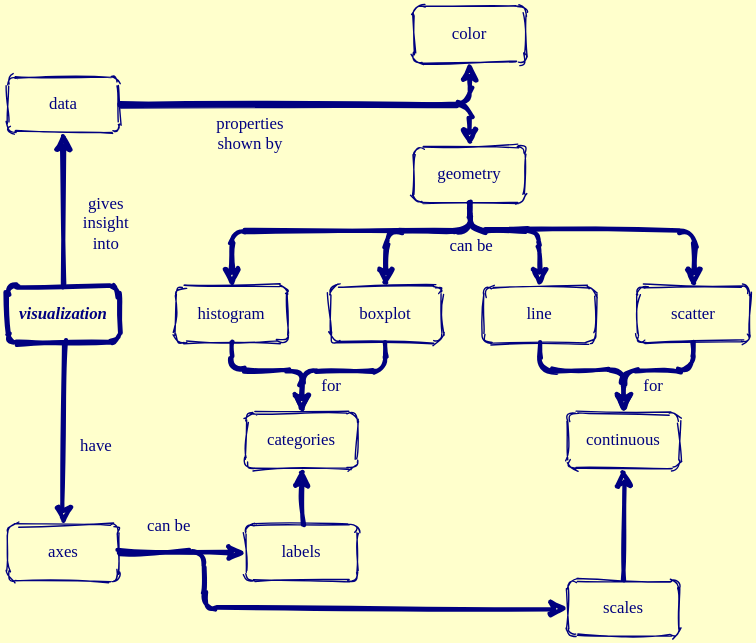
rstudio/concept-maps keeps this draw.io diagram as en/visualization.svg. Above is the earlier version. Source tidied: cells renumbered, new cells last; positions are measured from the earlier drawing's top-left corner, leaving out a move shared by most shapes.
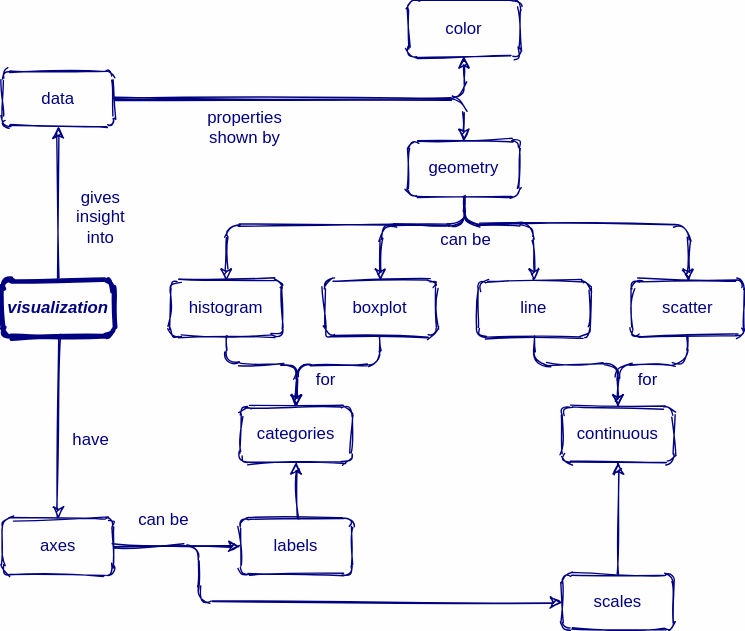
After the commit.

Change to the diagram source:
```diff
@@ -1,70 +1,70 @@
-<mxGraphModel background="#FFFFCC">
+<mxGraphModel background="#FEFEFF">
   <root>
     <mxCell id="0" />
     <mxCell id="1" parent="0" />
-    <mxCell id="2" value="properties&lt;br style=&quot;font-size: 12px;&quot;&gt;shown by" style="endArrow=classic;html=1;strokeWidth=3;verticalAlign=top;fontSize=12;labelBackgroundColor=#FFFFCC;fontFamily=Comic Sans MS;align=center;exitX=1;exitY=0.5;exitDx=0;exitDy=0;fontColor=#000080;strokeColor=#000080;entryX=0.5;entryY=0;entryDx=0;entryDy=0;sketch=1;" parent="1" edge="1" source="5" target="14">
+    <mxCell id="2" value="properties&lt;br style=&quot;font-size: 12px;&quot;&gt;shown by" style="endArrow=classic;html=1;strokeWidth=1;verticalAlign=top;fontSize=12;labelBackgroundColor=#FEFEFF;fontFamily=Helvetica;align=center;exitX=1;exitY=0.5;exitDx=0;exitDy=0;fontColor=#000080;strokeColor=#000080;entryX=0.5;entryY=0;entryDx=0;entryDy=0;sketch=1;" parent="1" edge="1" source="5" target="14">
       <mxGeometry x="-0.33" relative="1" as="geometry">
         <Array as="points">
           <mxPoint x="330" y="70" />
         </Array>
       </mxGeometry>
     </mxCell>
-    <mxCell id="3" value="&lt;font style=&quot;font-size: 12px;&quot;&gt;gives&lt;br style=&quot;font-size: 12px;&quot;&gt;insight&lt;br style=&quot;font-size: 12px;&quot;&gt;into&lt;/font&gt;" style="endArrow=classic;html=1;strokeWidth=3;verticalAlign=top;fontSize=12;labelBackgroundColor=#FFFFCC;fontFamily=Comic Sans MS;align=center;entryX=0.5;entryY=1;entryDx=0;entryDy=0;fontColor=#000080;strokeColor=#000080;exitX=0.5;exitY=0;exitDx=0;exitDy=0;sketch=1;" parent="1" edge="1" source="4" target="5">
+    <mxCell id="3" value="&lt;font style=&quot;font-size: 12px;&quot;&gt;gives&lt;br style=&quot;font-size: 12px;&quot;&gt;insight&lt;br style=&quot;font-size: 12px;&quot;&gt;into&lt;/font&gt;" style="endArrow=classic;html=1;strokeWidth=1;verticalAlign=top;fontSize=12;labelBackgroundColor=#FEFEFF;fontFamily=Helvetica;align=center;entryX=0.5;entryY=1;entryDx=0;entryDy=0;fontColor=#000080;strokeColor=#000080;exitX=0.5;exitY=0;exitDx=0;exitDy=0;sketch=1;" parent="1" edge="1" source="4" target="5">
       <mxGeometry x="0.33" y="-30" relative="1" as="geometry" />
     </mxCell>
-    <mxCell id="4" value="&lt;i&gt;&lt;b&gt;visualization&lt;/b&gt;&lt;/i&gt;" style="rounded=1;whiteSpace=wrap;html=1;fontSize=12;fontFamily=Comic Sans MS;fillColor=none;labelBackgroundColor=#FFFFCC;fontColor=#000080;strokeColor=#000080;sketch=1;strokeWidth=3;" parent="1" vertex="1">
+    <mxCell id="4" value="&lt;i&gt;&lt;b&gt;visualization&lt;/b&gt;&lt;/i&gt;" style="rounded=1;whiteSpace=wrap;html=1;fontSize=12;fontFamily=Helvetica;fillColor=none;labelBackgroundColor=#FEFEFF;fontColor=#000080;strokeColor=#000080;sketch=1;strokeWidth=3;" parent="1" vertex="1">
       <mxGeometry y="200" width="80" height="40" as="geometry" />
     </mxCell>
-    <mxCell id="5" value="data" style="rounded=1;whiteSpace=wrap;html=1;fontSize=12;fontFamily=Comic Sans MS;fillColor=none;labelBackgroundColor=#FFFFCC;fontColor=#000080;strokeColor=#000080;sketch=1;" parent="1" vertex="1">
+    <mxCell id="5" value="data" style="rounded=1;whiteSpace=wrap;html=1;fontSize=12;fontFamily=Helvetica;fillColor=none;labelBackgroundColor=#FEFEFF;fontColor=#000080;strokeColor=#000080;sketch=1;" parent="1" vertex="1">
       <mxGeometry y="50" width="80" height="40" as="geometry" />
     </mxCell>
-    <mxCell id="6" value="color" style="rounded=1;whiteSpace=wrap;html=1;fontSize=12;fontFamily=Comic Sans MS;fillColor=none;labelBackgroundColor=#FFFFCC;fontColor=#000080;strokeColor=#000080;sketch=1;" parent="1" vertex="1">
+    <mxCell id="6" value="color" style="rounded=1;whiteSpace=wrap;html=1;fontSize=12;fontFamily=Helvetica;fillColor=none;labelBackgroundColor=#FEFEFF;fontColor=#000080;strokeColor=#000080;sketch=1;" parent="1" vertex="1">
       <mxGeometry x="290" width="80" height="40" as="geometry" />
     </mxCell>
-    <mxCell id="7" style="endArrow=classic;html=1;strokeWidth=3;verticalAlign=top;fontSize=12;labelBackgroundColor=#FFFFCC;fontFamily=Comic Sans MS;align=center;fontColor=#000080;strokeColor=#000080;entryX=0.5;entryY=1;entryDx=0;entryDy=0;exitX=1;exitY=0.5;exitDx=0;exitDy=0;sketch=1;" parent="1" edge="1" source="5" target="6">
+    <mxCell id="7" style="endArrow=classic;html=1;strokeWidth=1;verticalAlign=top;fontSize=12;labelBackgroundColor=#FEFEFF;fontFamily=Helvetica;align=center;fontColor=#000080;strokeColor=#000080;entryX=0.5;entryY=1;entryDx=0;entryDy=0;exitX=1;exitY=0.5;exitDx=0;exitDy=0;sketch=1;" parent="1" edge="1" source="5" target="6">
       <mxGeometry x="-0.43" relative="1" as="geometry">
         <Array as="points">
           <mxPoint x="330" y="70" />
         </Array>
       </mxGeometry>
     </mxCell>
-    <mxCell id="8" value="axes" style="rounded=1;whiteSpace=wrap;html=1;fontSize=12;fontFamily=Comic Sans MS;fillColor=none;labelBackgroundColor=#FFFFCC;fontColor=#000080;strokeColor=#000080;sketch=1;" parent="1" vertex="1">
+    <mxCell id="8" value="axes" style="rounded=1;whiteSpace=wrap;html=1;fontSize=12;fontFamily=Helvetica;fillColor=none;labelBackgroundColor=#FEFEFF;fontColor=#000080;strokeColor=#000080;sketch=1;" parent="1" vertex="1">
       <mxGeometry y="370" width="80" height="40" as="geometry" />
     </mxCell>
-    <mxCell id="9" value="categories" style="rounded=1;whiteSpace=wrap;html=1;fontSize=12;fontFamily=Comic Sans MS;fillColor=none;labelBackgroundColor=#FFFFCC;fontColor=#000080;strokeColor=#000080;sketch=1;" parent="1" vertex="1">
+    <mxCell id="9" value="categories" style="rounded=1;whiteSpace=wrap;html=1;fontSize=12;fontFamily=Helvetica;fillColor=none;labelBackgroundColor=#FEFEFF;fontColor=#000080;strokeColor=#000080;sketch=1;" parent="1" vertex="1">
       <mxGeometry x="170" y="290" width="80" height="40" as="geometry" />
     </mxCell>
-    <mxCell id="10" value="continuous" style="rounded=1;whiteSpace=wrap;html=1;fontSize=12;fontFamily=Comic Sans MS;fillColor=none;labelBackgroundColor=#FFFFCC;fontColor=#000080;strokeColor=#000080;sketch=1;" parent="1" vertex="1">
+    <mxCell id="10" value="continuous" style="rounded=1;whiteSpace=wrap;html=1;fontSize=12;fontFamily=Helvetica;fillColor=none;labelBackgroundColor=#FEFEFF;fontColor=#000080;strokeColor=#000080;sketch=1;" parent="1" vertex="1">
       <mxGeometry x="400" y="290" width="80" height="40" as="geometry" />
     </mxCell>
-    <mxCell id="11" value="labels" style="rounded=1;whiteSpace=wrap;html=1;fontSize=12;fontFamily=Comic Sans MS;fillColor=none;labelBackgroundColor=#FFFFCC;fontColor=#000080;strokeColor=#000080;sketch=1;" parent="1" vertex="1">
+    <mxCell id="11" value="labels" style="rounded=1;whiteSpace=wrap;html=1;fontSize=12;fontFamily=Helvetica;fillColor=none;labelBackgroundColor=#FEFEFF;fontColor=#000080;strokeColor=#000080;sketch=1;" parent="1" vertex="1">
       <mxGeometry x="170" y="370" width="80" height="40" as="geometry" />
     </mxCell>
-    <mxCell id="12" value="scales" style="rounded=1;whiteSpace=wrap;html=1;fontSize=12;fontFamily=Comic Sans MS;fillColor=none;labelBackgroundColor=#FFFFCC;fontColor=#000080;strokeColor=#000080;sketch=1;" parent="1" vertex="1">
+    <mxCell id="12" value="scales" style="rounded=1;whiteSpace=wrap;html=1;fontSize=12;fontFamily=Helvetica;fillColor=none;labelBackgroundColor=#FEFEFF;fontColor=#000080;strokeColor=#000080;sketch=1;" parent="1" vertex="1">
       <mxGeometry x="400" y="410" width="80" height="40" as="geometry" />
     </mxCell>
-    <mxCell id="13" value="&lt;font style=&quot;font-size: 12px;&quot;&gt;have&lt;/font&gt;" style="endArrow=classic;html=1;strokeWidth=3;verticalAlign=top;fontSize=12;labelBackgroundColor=#FFFFCC;fontFamily=Comic Sans MS;align=center;entryX=0.5;entryY=0;entryDx=0;entryDy=0;fontColor=#000080;strokeColor=#000080;exitX=0.5;exitY=1;exitDx=0;exitDy=0;sketch=1;" parent="1" edge="1" source="4" target="8">
+    <mxCell id="13" value="&lt;font style=&quot;font-size: 12px;&quot;&gt;have&lt;/font&gt;" style="endArrow=classic;html=1;strokeWidth=1;verticalAlign=top;fontSize=12;labelBackgroundColor=#FEFEFF;fontFamily=Helvetica;align=center;entryX=0.5;entryY=0;entryDx=0;entryDy=0;fontColor=#000080;strokeColor=#000080;exitX=0.5;exitY=1;exitDx=0;exitDy=0;sketch=1;" parent="1" edge="1" source="4" target="8">
       <mxGeometry x="-0.08" y="23" relative="1" as="geometry" />
     </mxCell>
-    <mxCell id="14" value="geometry" style="rounded=1;whiteSpace=wrap;html=1;fontSize=12;fontFamily=Comic Sans MS;fillColor=none;labelBackgroundColor=#FFFFCC;fontColor=#000080;strokeColor=#000080;sketch=1;" parent="1" vertex="1">
+    <mxCell id="14" value="geometry" style="rounded=1;whiteSpace=wrap;html=1;fontSize=12;fontFamily=Helvetica;fillColor=none;labelBackgroundColor=#FEFEFF;fontColor=#000080;strokeColor=#000080;sketch=1;" parent="1" vertex="1">
       <mxGeometry x="290" y="100" width="80" height="40" as="geometry" />
     </mxCell>
-    <mxCell id="15" value="histogram" style="rounded=1;whiteSpace=wrap;html=1;fontSize=12;fontFamily=Comic Sans MS;fillColor=none;labelBackgroundColor=#FFFFCC;fontColor=#000080;strokeColor=#000080;sketch=1;" parent="1" vertex="1">
+    <mxCell id="15" value="histogram" style="rounded=1;whiteSpace=wrap;html=1;fontSize=12;fontFamily=Helvetica;fillColor=none;labelBackgroundColor=#FEFEFF;fontColor=#000080;strokeColor=#000080;sketch=1;" parent="1" vertex="1">
       <mxGeometry x="120" y="200" width="80" height="40" as="geometry" />
     </mxCell>
-    <mxCell id="16" value="scatter" style="rounded=1;whiteSpace=wrap;html=1;fontSize=12;fontFamily=Comic Sans MS;fillColor=none;labelBackgroundColor=#FFFFCC;fontColor=#000080;strokeColor=#000080;sketch=1;" parent="1" vertex="1">
+    <mxCell id="16" value="scatter" style="rounded=1;whiteSpace=wrap;html=1;fontSize=12;fontFamily=Helvetica;fillColor=none;labelBackgroundColor=#FEFEFF;fontColor=#000080;strokeColor=#000080;sketch=1;" parent="1" vertex="1">
       <mxGeometry x="450" y="200" width="80" height="40" as="geometry" />
     </mxCell>
-    <mxCell id="17" value="line" style="rounded=1;whiteSpace=wrap;html=1;fontSize=12;fontFamily=Comic Sans MS;fillColor=none;labelBackgroundColor=#FFFFCC;fontColor=#000080;strokeColor=#000080;sketch=1;" parent="1" vertex="1">
+    <mxCell id="17" value="line" style="rounded=1;whiteSpace=wrap;html=1;fontSize=12;fontFamily=Helvetica;fillColor=none;labelBackgroundColor=#FEFEFF;fontColor=#000080;strokeColor=#000080;sketch=1;" parent="1" vertex="1">
       <mxGeometry x="340" y="200" width="80" height="40" as="geometry" />
     </mxCell>
-    <mxCell id="18" value="boxplot" style="rounded=1;whiteSpace=wrap;html=1;fontSize=12;fontFamily=Comic Sans MS;fillColor=none;labelBackgroundColor=#FFFFCC;fontColor=#000080;strokeColor=#000080;sketch=1;" parent="1" vertex="1">
+    <mxCell id="18" value="boxplot" style="rounded=1;whiteSpace=wrap;html=1;fontSize=12;fontFamily=Helvetica;fillColor=none;labelBackgroundColor=#FEFEFF;fontColor=#000080;strokeColor=#000080;sketch=1;" parent="1" vertex="1">
       <mxGeometry x="230" y="200" width="80" height="40" as="geometry" />
     </mxCell>
-    <mxCell id="19" style="endArrow=classic;html=1;exitX=1;exitY=0.5;exitDx=0;exitDy=0;entryX=0;entryY=0.5;entryDx=0;entryDy=0;sketch=1;fontFamily=Comic Sans MS;fontSize=12;strokeColor=#000080;strokeWidth=3;labelBackgroundColor=#FFFFCC;" parent="1" edge="1" source="8" target="11">
+    <mxCell id="19" style="endArrow=classic;html=1;exitX=1;exitY=0.5;exitDx=0;exitDy=0;entryX=0;entryY=0.5;entryDx=0;entryDy=0;sketch=1;fontFamily=Helvetica;fontSize=12;strokeColor=#000080;strokeWidth=1;labelBackgroundColor=#FEFEFF;" parent="1" edge="1" source="8" target="11">
       <mxGeometry relative="1" as="geometry" />
     </mxCell>
-    <mxCell id="20" style="endArrow=classic;html=1;exitX=1;exitY=0.5;exitDx=0;exitDy=0;entryX=0;entryY=0.5;entryDx=0;entryDy=0;sketch=1;fontFamily=Comic Sans MS;fontSize=12;strokeColor=#000080;strokeWidth=3;labelBackgroundColor=#FFFFCC;" parent="1" edge="1" source="8" target="12">
+    <mxCell id="20" style="endArrow=classic;html=1;exitX=1;exitY=0.5;exitDx=0;exitDy=0;entryX=0;entryY=0.5;entryDx=0;entryDy=0;sketch=1;fontFamily=Helvetica;fontSize=12;strokeColor=#000080;strokeWidth=1;labelBackgroundColor=#FEFEFF;" parent="1" edge="1" source="8" target="12">
       <mxGeometry relative="1" as="geometry">
         <Array as="points">
           <mxPoint x="140" y="390" />
@@ -72,18 +72,18 @@
         </Array>
       </mxGeometry>
     </mxCell>
-    <mxCell id="21" value="&lt;font color=&quot;#000080&quot; style=&quot;&quot;&gt;can be&lt;/font&gt;" style="edgeLabel;html=1;align=center;verticalAlign=middle;fontSize=12;fontFamily=Comic Sans MS;labelBackgroundColor=#FFFFCC;" parent="20" vertex="1">
-      <mxGeometry x="-0.81" y="-1" relative="1" as="geometry">
-        <mxPoint y="-21" as="offset" />
-      </mxGeometry>
-    </mxCell>
+    <mxCell id="35" value="&lt;font color=&quot;#000080&quot; style=&quot;&quot;&gt;can be&lt;/font&gt;" style="edgeLabel;html=1;align=center;verticalAlign=middle;fontSize=12;fontFamily=Helvetica;labelBackgroundColor=#FEFEFF;" parent="20" vertex="1">
+      <mxGeometry x="-0.81" y="-1" relative="1" as="geometry">
+        <mxPoint y="-21" as="offset" />
+      </mxGeometry>
+    </mxCell>
-    <mxCell id="22" style="endArrow=classic;html=1;exitX=0.5;exitY=0;exitDx=0;exitDy=0;entryX=0.5;entryY=1;entryDx=0;entryDy=0;sketch=1;fontFamily=Comic Sans MS;fontSize=12;strokeWidth=3;strokeColor=#000080;labelBackgroundColor=#FFFFCC;" parent="1" edge="1" source="11" target="9">
+    <mxCell id="22" style="endArrow=classic;html=1;exitX=0.5;exitY=0;exitDx=0;exitDy=0;entryX=0.5;entryY=1;entryDx=0;entryDy=0;sketch=1;fontFamily=Helvetica;fontSize=12;strokeWidth=1;strokeColor=#000080;labelBackgroundColor=#FEFEFF;" parent="1" edge="1" source="11" target="9">
       <mxGeometry relative="1" as="geometry" />
     </mxCell>
-    <mxCell id="23" style="endArrow=classic;html=1;exitX=0.5;exitY=0;exitDx=0;exitDy=0;entryX=0.5;entryY=1;entryDx=0;entryDy=0;sketch=1;fontFamily=Comic Sans MS;fontSize=12;strokeColor=#000080;strokeWidth=3;labelBackgroundColor=#FFFFCC;" parent="1" edge="1" source="12" target="10">
+    <mxCell id="23" style="endArrow=classic;html=1;exitX=0.5;exitY=0;exitDx=0;exitDy=0;entryX=0.5;entryY=1;entryDx=0;entryDy=0;sketch=1;fontFamily=Helvetica;fontSize=12;strokeColor=#000080;strokeWidth=1;labelBackgroundColor=#FEFEFF;" parent="1" edge="1" source="12" target="10">
       <mxGeometry relative="1" as="geometry" />
     </mxCell>
-    <mxCell id="24" style="endArrow=classic;html=1;exitX=0.5;exitY=1;exitDx=0;exitDy=0;entryX=0.5;entryY=0;entryDx=0;entryDy=0;sketch=1;fontFamily=Comic Sans MS;fontSize=12;strokeColor=#000080;strokeWidth=3;labelBackgroundColor=#FFFFCC;" parent="1" edge="1" source="15" target="9">
+    <mxCell id="24" style="endArrow=classic;html=1;exitX=0.5;exitY=1;exitDx=0;exitDy=0;entryX=0.5;entryY=0;entryDx=0;entryDy=0;sketch=1;fontFamily=Helvetica;fontSize=12;strokeColor=#000080;strokeWidth=1;labelBackgroundColor=#FEFEFF;" parent="1" edge="1" source="15" target="9">
       <mxGeometry relative="1" as="geometry">
         <Array as="points">
           <mxPoint x="160" y="260" />
@@ -91,7 +91,7 @@
         </Array>
       </mxGeometry>
     </mxCell>
-    <mxCell id="25" style="endArrow=classic;html=1;exitX=0.5;exitY=1;exitDx=0;exitDy=0;entryX=0.5;entryY=0;entryDx=0;entryDy=0;sketch=1;fontFamily=Comic Sans MS;fontSize=12;strokeColor=#000080;strokeWidth=3;labelBackgroundColor=#FFFFCC;" parent="1" edge="1" source="18" target="9">
+    <mxCell id="25" style="endArrow=classic;html=1;exitX=0.5;exitY=1;exitDx=0;exitDy=0;entryX=0.5;entryY=0;entryDx=0;entryDy=0;sketch=1;fontFamily=Helvetica;fontSize=12;strokeColor=#000080;strokeWidth=1;labelBackgroundColor=#FEFEFF;" parent="1" edge="1" source="18" target="9">
       <mxGeometry relative="1" as="geometry">
         <Array as="points">
           <mxPoint x="270" y="260" />
@@ -99,12 +99,12 @@
         </Array>
       </mxGeometry>
     </mxCell>
-    <mxCell id="26" value="&lt;font color=&quot;#000080&quot; style=&quot;&quot;&gt;for&lt;/font&gt;" style="edgeLabel;html=1;align=center;verticalAlign=middle;fontSize=12;fontFamily=Comic Sans MS;labelBackgroundColor=#FFFFCC;" parent="25" vertex="1">
-      <mxGeometry x="-0.16" y="3" relative="1" as="geometry">
-        <mxPoint x="-14" y="7" as="offset" />
-      </mxGeometry>
-    </mxCell>
+    <mxCell id="36" value="&lt;font color=&quot;#000080&quot; style=&quot;&quot;&gt;for&lt;/font&gt;" style="edgeLabel;html=1;align=center;verticalAlign=middle;fontSize=12;fontFamily=Helvetica;labelBackgroundColor=#FEFEFF;" parent="25" vertex="1">
+      <mxGeometry x="-0.16" y="3" relative="1" as="geometry">
+        <mxPoint x="-14" y="7" as="offset" />
+      </mxGeometry>
+    </mxCell>
-    <mxCell id="27" style="endArrow=classic;html=1;exitX=0.5;exitY=1;exitDx=0;exitDy=0;entryX=0.5;entryY=0;entryDx=0;entryDy=0;sketch=1;fontFamily=Comic Sans MS;fontSize=12;strokeColor=#000080;strokeWidth=3;labelBackgroundColor=#FFFFCC;" parent="1" edge="1" source="17" target="10">
+    <mxCell id="27" style="endArrow=classic;html=1;exitX=0.5;exitY=1;exitDx=0;exitDy=0;entryX=0.5;entryY=0;entryDx=0;entryDy=0;sketch=1;fontFamily=Helvetica;fontSize=12;strokeColor=#000080;strokeWidth=1;labelBackgroundColor=#FEFEFF;" parent="1" edge="1" source="17" target="10">
       <mxGeometry relative="1" as="geometry">
         <Array as="points">
           <mxPoint x="380" y="260" />
@@ -112,7 +112,7 @@
         </Array>
       </mxGeometry>
     </mxCell>
-    <mxCell id="28" style="endArrow=classic;html=1;exitX=0.5;exitY=1;exitDx=0;exitDy=0;entryX=0.5;entryY=0;entryDx=0;entryDy=0;sketch=1;fontFamily=Comic Sans MS;fontSize=12;strokeColor=#000080;strokeWidth=3;labelBackgroundColor=#FFFFCC;" parent="1" edge="1" source="16" target="10">
+    <mxCell id="28" style="endArrow=classic;html=1;exitX=0.5;exitY=1;exitDx=0;exitDy=0;entryX=0.5;entryY=0;entryDx=0;entryDy=0;sketch=1;fontFamily=Helvetica;fontSize=12;strokeColor=#000080;strokeWidth=1;labelBackgroundColor=#FEFEFF;" parent="1" edge="1" source="16" target="10">
       <mxGeometry relative="1" as="geometry">
         <Array as="points">
           <mxPoint x="490" y="260" />
@@ -120,12 +120,12 @@
         </Array>
       </mxGeometry>
     </mxCell>
-    <mxCell id="29" value="&lt;span style=&quot;&quot;&gt;&lt;font color=&quot;#000080&quot;&gt;for&lt;/font&gt;&lt;/span&gt;" style="edgeLabel;html=1;align=center;verticalAlign=middle;fontSize=12;fontFamily=Comic Sans MS;labelBackgroundColor=#FFFFCC;" parent="28" vertex="1">
-      <mxGeometry x="-0.2" y="-2" relative="1" as="geometry">
-        <mxPoint x="-10" y="12" as="offset" />
-      </mxGeometry>
-    </mxCell>
+    <mxCell id="37" value="&lt;span style=&quot;&quot;&gt;&lt;font color=&quot;#000080&quot;&gt;for&lt;/font&gt;&lt;/span&gt;" style="edgeLabel;html=1;align=center;verticalAlign=middle;fontSize=12;fontFamily=Helvetica;labelBackgroundColor=#FEFEFF;" parent="28" vertex="1">
+      <mxGeometry x="-0.2" y="-2" relative="1" as="geometry">
+        <mxPoint x="-10" y="12" as="offset" />
+      </mxGeometry>
+    </mxCell>
-    <mxCell id="30" style="endArrow=classic;html=1;exitX=0.5;exitY=1;exitDx=0;exitDy=0;entryX=0.5;entryY=0;entryDx=0;entryDy=0;sketch=1;fontFamily=Comic Sans MS;fontSize=12;strokeColor=#000080;strokeWidth=3;labelBackgroundColor=#FFFFCC;" parent="1" edge="1" source="14" target="17">
+    <mxCell id="30" style="endArrow=classic;html=1;exitX=0.5;exitY=1;exitDx=0;exitDy=0;entryX=0.5;entryY=0;entryDx=0;entryDy=0;sketch=1;fontFamily=Helvetica;fontSize=12;strokeColor=#000080;strokeWidth=1;labelBackgroundColor=#FEFEFF;" parent="1" edge="1" source="14" target="17">
       <mxGeometry relative="1" as="geometry">
         <Array as="points">
           <mxPoint x="330" y="160" />
@@ -133,37 +133,37 @@
         </Array>
       </mxGeometry>
     </mxCell>
-    <mxCell id="31" style="endArrow=classic;html=1;sketch=1;fontFamily=Comic Sans MS;fontSize=12;strokeColor=#000080;strokeWidth=3;labelBackgroundColor=#FFFFCC;" parent="1" edge="1" target="16">
-      <mxGeometry relative="1" as="geometry">
-        <mxPoint x="330" y="140" as="sourcePoint" />
-        <Array as="points">
-          <mxPoint x="330" y="160" />
-          <mxPoint x="490" y="160" />
-        </Array>
-      </mxGeometry>
-    </mxCell>
-    <mxCell id="32" value="&lt;span style=&quot;&quot;&gt;&lt;font color=&quot;#000080&quot;&gt;can be&lt;/font&gt;&lt;/span&gt;" style="edgeLabel;html=1;align=center;verticalAlign=middle;fontSize=12;fontFamily=Comic Sans MS;labelBackgroundColor=#FFFFCC;" parent="31" vertex="1">
-      <mxGeometry x="0.06" y="3" relative="1" as="geometry">
-        <mxPoint x="-97" y="13" as="offset" />
-      </mxGeometry>
-    </mxCell>
-    <mxCell id="33" style="endArrow=classic;html=1;entryX=0.5;entryY=0;entryDx=0;entryDy=0;sketch=1;fontFamily=Comic Sans MS;fontSize=12;strokeColor=#000080;strokeWidth=3;labelBackgroundColor=#FFFFCC;" parent="1" edge="1" target="18">
-      <mxGeometry relative="1" as="geometry">
-        <mxPoint x="330" y="140" as="sourcePoint" />
-        <Array as="points">
-          <mxPoint x="330" y="160" />
-          <mxPoint x="270" y="160" />
-        </Array>
-      </mxGeometry>
-    </mxCell>
-    <mxCell id="34" style="endArrow=classic;html=1;entryX=0.5;entryY=0;entryDx=0;entryDy=0;sketch=1;fontFamily=Comic Sans MS;fontSize=12;strokeColor=#000080;strokeWidth=3;labelBackgroundColor=#FFFFCC;" parent="1" edge="1" target="15">
-      <mxGeometry relative="1" as="geometry">
-        <mxPoint x="330" y="140" as="sourcePoint" />
-        <Array as="points">
-          <mxPoint x="330" y="160" />
-          <mxPoint x="160" y="160" />
-        </Array>
-      </mxGeometry>
-    </mxCell>
+    <mxCell id="38" style="endArrow=classic;html=1;sketch=1;fontFamily=Helvetica;fontSize=12;strokeColor=#000080;strokeWidth=1;labelBackgroundColor=#FEFEFF;" parent="1" edge="1" target="16">
+      <mxGeometry relative="1" as="geometry">
+        <mxPoint x="330" y="140" as="sourcePoint" />
+        <Array as="points">
+          <mxPoint x="330" y="160" />
+          <mxPoint x="490" y="160" />
+        </Array>
+      </mxGeometry>
+    </mxCell>
+    <mxCell id="39" value="&lt;span style=&quot;&quot;&gt;&lt;font color=&quot;#000080&quot;&gt;can be&lt;/font&gt;&lt;/span&gt;" style="edgeLabel;html=1;align=center;verticalAlign=middle;fontSize=12;fontFamily=Helvetica;labelBackgroundColor=#FEFEFF;" parent="38" vertex="1">
+      <mxGeometry x="0.06" y="3" relative="1" as="geometry">
+        <mxPoint x="-97" y="13" as="offset" />
+      </mxGeometry>
+    </mxCell>
+    <mxCell id="40" style="endArrow=classic;html=1;entryX=0.5;entryY=0;entryDx=0;entryDy=0;sketch=1;fontFamily=Helvetica;fontSize=12;strokeColor=#000080;strokeWidth=1;labelBackgroundColor=#FEFEFF;" parent="1" edge="1" target="18">
+      <mxGeometry relative="1" as="geometry">
+        <mxPoint x="330" y="140" as="sourcePoint" />
+        <Array as="points">
+          <mxPoint x="330" y="160" />
+          <mxPoint x="270" y="160" />
+        </Array>
+      </mxGeometry>
+    </mxCell>
+    <mxCell id="41" style="endArrow=classic;html=1;entryX=0.5;entryY=0;entryDx=0;entryDy=0;sketch=1;fontFamily=Helvetica;fontSize=12;strokeColor=#000080;strokeWidth=1;labelBackgroundColor=#FEFEFF;" parent="1" edge="1" target="15">
+      <mxGeometry relative="1" as="geometry">
+        <mxPoint x="330" y="140" as="sourcePoint" />
+        <Array as="points">
+          <mxPoint x="330" y="160" />
+          <mxPoint x="160" y="160" />
+        </Array>
+      </mxGeometry>
+    </mxCell>
   </root>
 </mxGraphModel>
```
